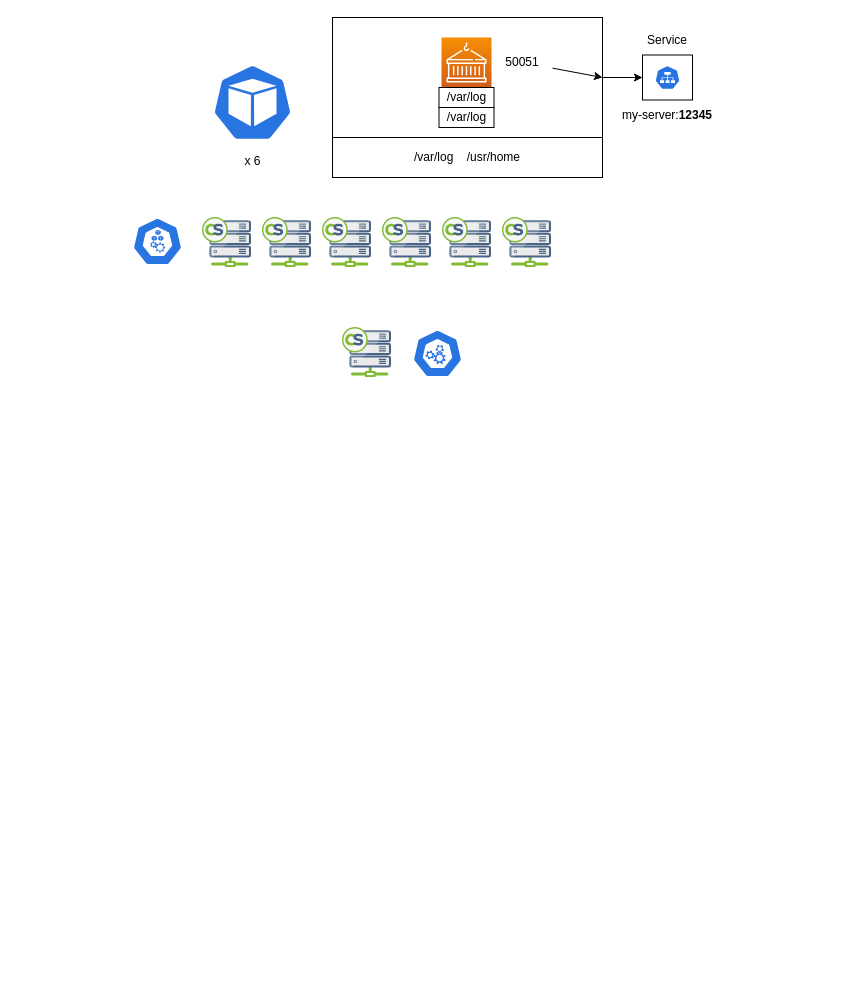
The draw.io diagram page "k8s" (4 of 7) of docs/arch.drawio in gophersys/helios, before the edit. Source tidied: cells renumbered, new cells numbered last; positions are measured from the earlier drawing's top-left corner, leaving out a move shared by most shapes. Both pictures are drawn from the tidied source at 100%, with x=0, y=0 at pixel (132, 17).
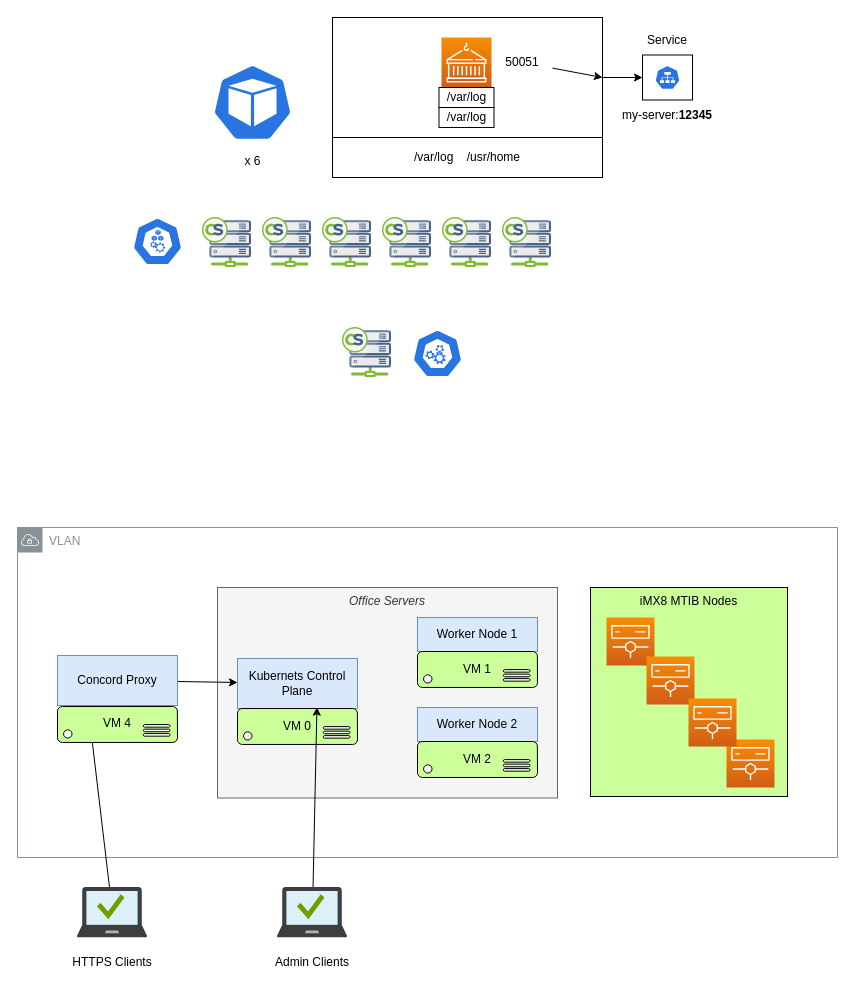
Above is the later version.

What changed in the source:
```diff
@@
+    <mxCell id="24" value="iMX8 MTIB Nodes" style="rounded=0;whiteSpace=wrap;html=1;strokeColor=default;fillColor=#CCFF99;verticalAlign=top;" parent="1" vertex="1">
+      <mxGeometry x="458" y="570" width="197" height="209" as="geometry" />
+    </mxCell>
+    <mxCell id="25" value="&lt;i&gt;Office Servers&lt;/i&gt;" style="rounded=0;whiteSpace=wrap;html=1;strokeColor=#666666;fillColor=#f5f5f5;fontColor=#333333;verticalAlign=top;" parent="1" vertex="1">
+      <mxGeometry x="85" y="570" width="340" height="210.5" as="geometry" />
+    </mxCell>
@@
+    <mxCell id="26" value="Kubernets Control Plane" style="rounded=0;whiteSpace=wrap;html=1;fillColor=#dae8fc;strokeColor=#6c8ebf;" parent="1" vertex="1">
+      <mxGeometry x="105" y="641" width="120" height="50" as="geometry" />
+    </mxCell>
+    <mxCell id="27" style="sketch=0;shadow=0;dashed=0;html=1;strokeColor=default;labelPosition=center;verticalLabelPosition=bottom;verticalAlign=top;align=center;fillColor=#CCFF99;shape=mxgraph.azure.server;" parent="1" vertex="1">
+      <mxGeometry x="105" y="691" width="120" height="36" as="geometry" />
+    </mxCell>
+    <mxCell id="28" value="VM 0" style="text;html=1;strokeColor=none;fillColor=none;align=center;verticalAlign=middle;whiteSpace=wrap;rounded=0;" parent="1" vertex="1">
+      <mxGeometry x="135" y="694" width="60" height="30" as="geometry" />
+    </mxCell>
+    <mxCell id="29" value="Worker Node 1" style="rounded=0;whiteSpace=wrap;html=1;fillColor=#dae8fc;strokeColor=#6c8ebf;" parent="1" vertex="1">
+      <mxGeometry x="285" y="600" width="120" height="34" as="geometry" />
+    </mxCell>
+    <mxCell id="30" style="sketch=0;shadow=0;dashed=0;html=1;strokeColor=default;labelPosition=center;verticalLabelPosition=bottom;verticalAlign=top;align=center;fillColor=#CCFF99;shape=mxgraph.azure.server;" parent="1" vertex="1">
+      <mxGeometry x="285" y="634" width="120" height="36" as="geometry" />
+    </mxCell>
+    <mxCell id="31" value="VM 1" style="text;html=1;strokeColor=none;fillColor=none;align=center;verticalAlign=middle;whiteSpace=wrap;rounded=0;" parent="1" vertex="1">
+      <mxGeometry x="315" y="637" width="60" height="30" as="geometry" />
+    </mxCell>
+    <mxCell id="32" value="Worker Node 2" style="rounded=0;whiteSpace=wrap;html=1;fillColor=#dae8fc;strokeColor=#6c8ebf;" parent="1" vertex="1">
+      <mxGeometry x="285" y="690" width="120" height="34" as="geometry" />
+    </mxCell>
+    <mxCell id="33" style="sketch=0;shadow=0;dashed=0;html=1;strokeColor=default;labelPosition=center;verticalLabelPosition=bottom;verticalAlign=top;align=center;fillColor=#CCFF99;shape=mxgraph.azure.server;" parent="1" vertex="1">
+      <mxGeometry x="285" y="724" width="120" height="36" as="geometry" />
+    </mxCell>
+    <mxCell id="34" value="VM 2" style="text;html=1;strokeColor=none;fillColor=none;align=center;verticalAlign=middle;whiteSpace=wrap;rounded=0;" parent="1" vertex="1">
+      <mxGeometry x="315" y="727" width="60" height="30" as="geometry" />
+    </mxCell>
+    <mxCell id="35" value="VLAN" style="sketch=0;gradientColor=none;html=1;whiteSpace=wrap;fontSize=12;fontStyle=0;shape=mxgraph.aws4.group;grIcon=mxgraph.aws4.group_vpc;strokeColor=#879196;fillColor=none;verticalAlign=top;align=left;spacingLeft=30;fontColor=#879196;dashed=0;" parent="1" vertex="1">
+      <mxGeometry x="-115" y="510" width="820" height="330" as="geometry" />
+    </mxCell>
+    <mxCell id="36" style="sketch=0;fontColor=#232F3E;gradientColor=#F78E04;gradientDirection=north;fillColor=#D05C17;strokeColor=#ffffff;dashed=0;verticalLabelPosition=bottom;verticalAlign=top;align=center;html=1;fontSize=12;fontStyle=0;shape=mxgraph.aws4.resourceIcon;resIcon=mxgraph.aws4.elemental;" parent="1" vertex="1">
+      <mxGeometry x="594" y="722" width="48" height="48" as="geometry" />
+    </mxCell>
+    <mxCell id="37" style="sketch=0;fontColor=#232F3E;gradientColor=#F78E04;gradientDirection=north;fillColor=#D05C17;strokeColor=#ffffff;dashed=0;verticalLabelPosition=bottom;verticalAlign=top;align=center;html=1;fontSize=12;fontStyle=0;shape=mxgraph.aws4.resourceIcon;resIcon=mxgraph.aws4.elemental;" parent="1" vertex="1">
+      <mxGeometry x="474" y="600" width="48" height="48" as="geometry" />
+    </mxCell>
+    <mxCell id="38" style="sketch=0;fontColor=#232F3E;gradientColor=#F78E04;gradientDirection=north;fillColor=#D05C17;strokeColor=#ffffff;dashed=0;verticalLabelPosition=bottom;verticalAlign=top;align=center;html=1;fontSize=12;fontStyle=0;shape=mxgraph.aws4.resourceIcon;resIcon=mxgraph.aws4.elemental;" parent="1" vertex="1">
+      <mxGeometry x="514" y="639" width="48" height="48" as="geometry" />
+    </mxCell>
+    <mxCell id="39" style="sketch=0;fontColor=#232F3E;gradientColor=#F78E04;gradientDirection=north;fillColor=#D05C17;strokeColor=#ffffff;dashed=0;verticalLabelPosition=bottom;verticalAlign=top;align=center;html=1;fontSize=12;fontStyle=0;shape=mxgraph.aws4.resourceIcon;resIcon=mxgraph.aws4.elemental;" parent="1" vertex="1">
+      <mxGeometry x="556" y="681" width="48" height="48" as="geometry" />
+    </mxCell>
+    <mxCell id="40" style="edgeStyle=none;html=1;entryX=0.253;entryY=-0.056;entryDx=0;entryDy=0;entryPerimeter=0;" parent="1" edge="1" source="41" target="47">
+      <mxGeometry relative="1" as="geometry" />
+    </mxCell>
+    <mxCell id="41" style="sketch=0;html=1;points=[];align=center;image;fontSize=12;image=img/lib/mscae/Managed_Desktop.svg;strokeColor=default;fillColor=#CCFF99;" parent="1" vertex="1">
+      <mxGeometry x="-55" y="870" width="70" height="50.4" as="geometry" />
+    </mxCell>
+    <mxCell id="42" style="edgeStyle=none;html=1;entryX=0.662;entryY=-0.036;entryDx=0;entryDy=0;entryPerimeter=0;" parent="1" edge="1" source="43" target="27">
+      <mxGeometry relative="1" as="geometry" />
+    </mxCell>
+    <mxCell id="43" style="sketch=0;html=1;points=[];align=center;image;fontSize=12;image=img/lib/mscae/Managed_Desktop.svg;strokeColor=default;fillColor=#CCFF99;" parent="1" vertex="1">
+      <mxGeometry x="145" y="870" width="70" height="50.4" as="geometry" />
+    </mxCell>
+    <mxCell id="44" value="HTTPS Clients" style="text;html=1;strokeColor=none;fillColor=none;align=center;verticalAlign=middle;whiteSpace=wrap;rounded=0;" parent="1" vertex="1">
+      <mxGeometry x="-85" y="930" width="130" height="30" as="geometry" />
+    </mxCell>
+    <mxCell id="45" style="edgeStyle=none;html=1;" parent="1" edge="1" source="46" target="26">
+      <mxGeometry relative="1" as="geometry" />
+    </mxCell>
+    <mxCell id="46" value="Concord Proxy" style="rounded=0;whiteSpace=wrap;html=1;fillColor=#dae8fc;strokeColor=#6c8ebf;" parent="1" vertex="1">
+      <mxGeometry x="-75" y="638" width="120" height="50" as="geometry" />
+    </mxCell>
+    <mxCell id="47" style="sketch=0;shadow=0;dashed=0;html=1;strokeColor=default;labelPosition=center;verticalLabelPosition=bottom;verticalAlign=top;align=center;fillColor=#CCFF99;shape=mxgraph.azure.server;" parent="1" vertex="1">
+      <mxGeometry x="-75" y="689" width="120" height="36" as="geometry" />
+    </mxCell>
+    <mxCell id="48" value="VM 4" style="text;html=1;strokeColor=none;fillColor=none;align=center;verticalAlign=middle;whiteSpace=wrap;rounded=0;" parent="1" vertex="1">
+      <mxGeometry x="-45" y="691" width="60" height="30" as="geometry" />
+    </mxCell>
+    <mxCell id="49" value="Admin Clients" style="text;html=1;strokeColor=none;fillColor=none;align=center;verticalAlign=middle;whiteSpace=wrap;rounded=0;" parent="1" vertex="1">
+      <mxGeometry x="115" y="930" width="130" height="30" as="geometry" />
+    </mxCell>
```
